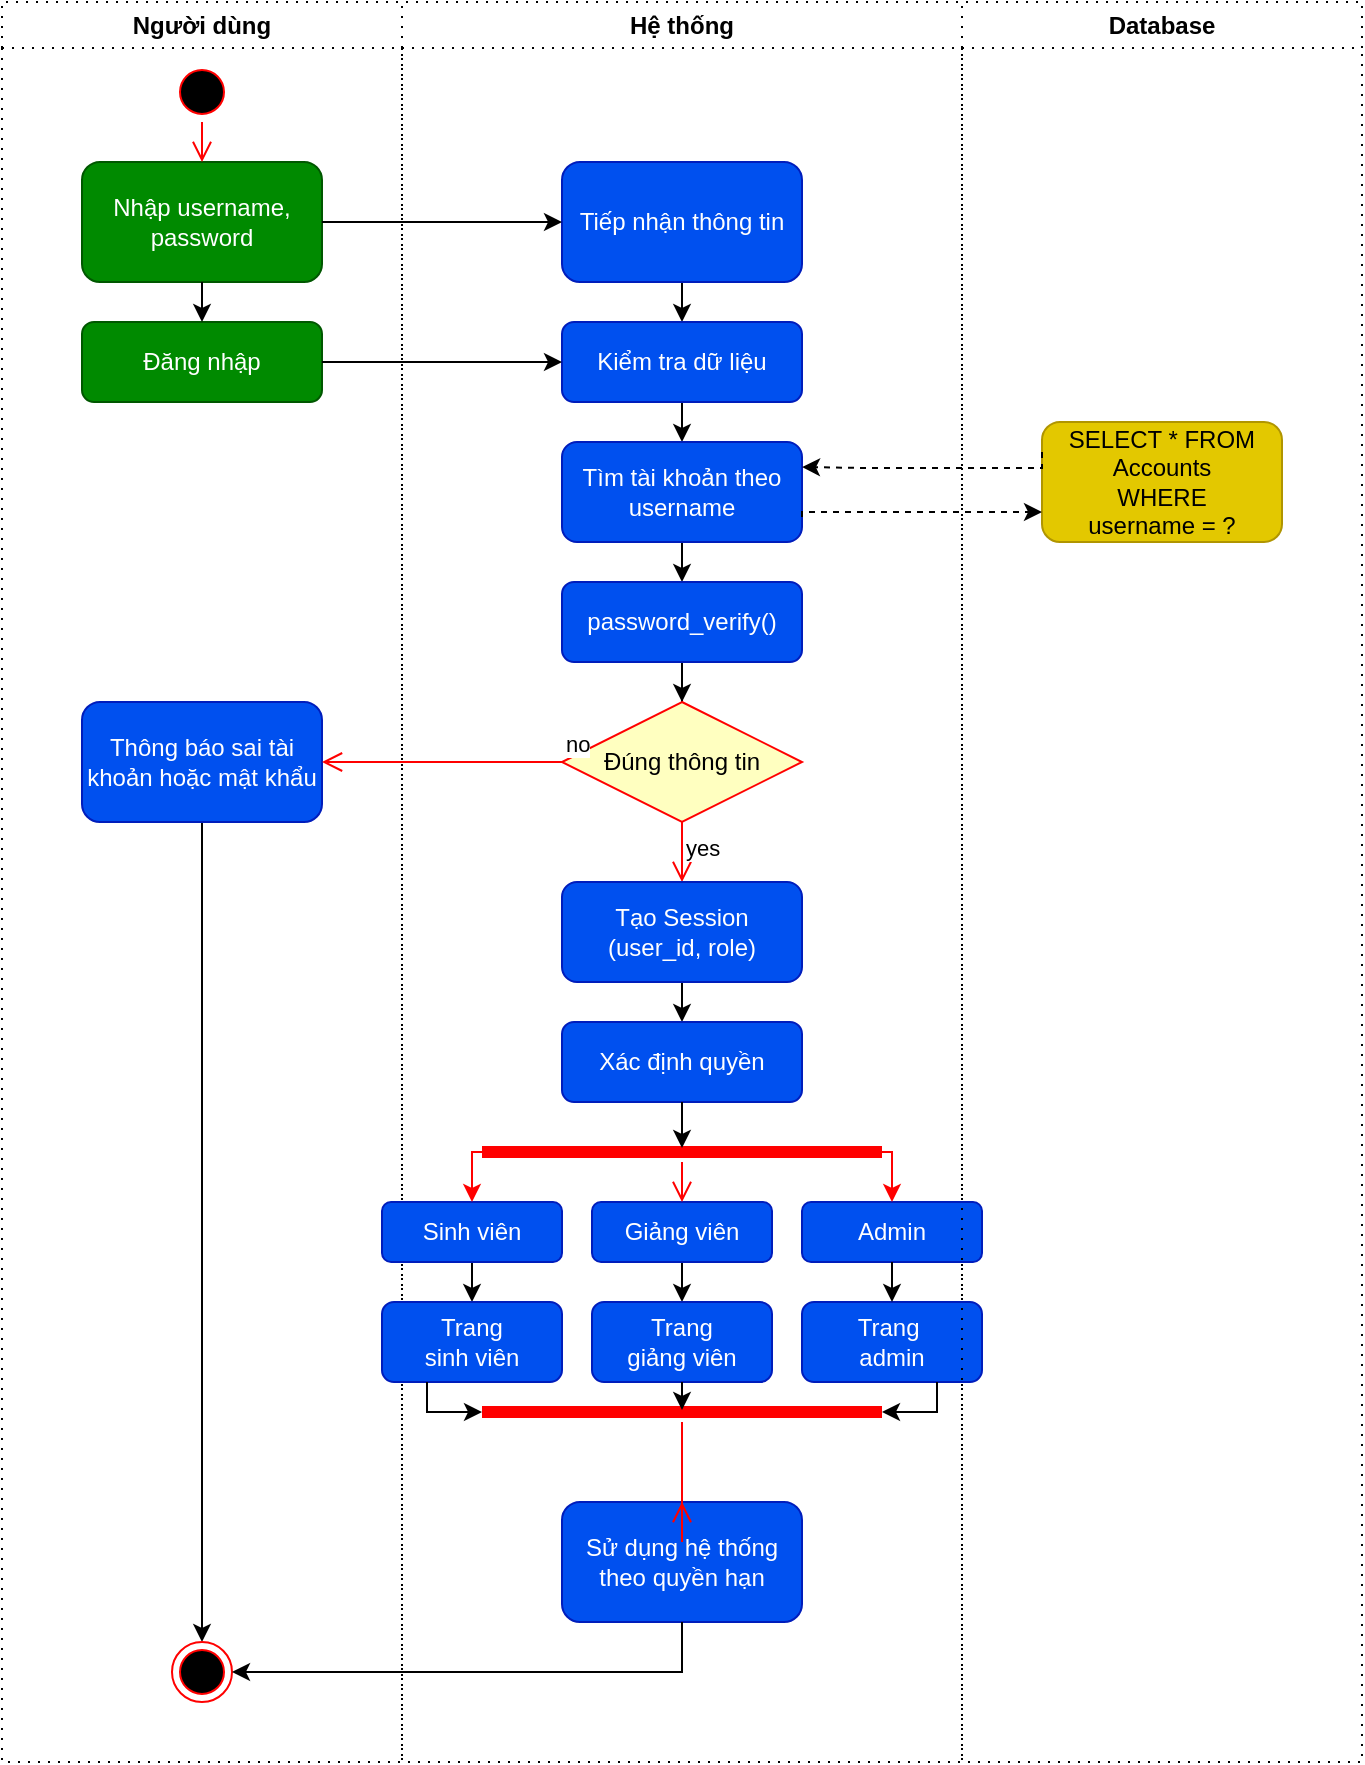
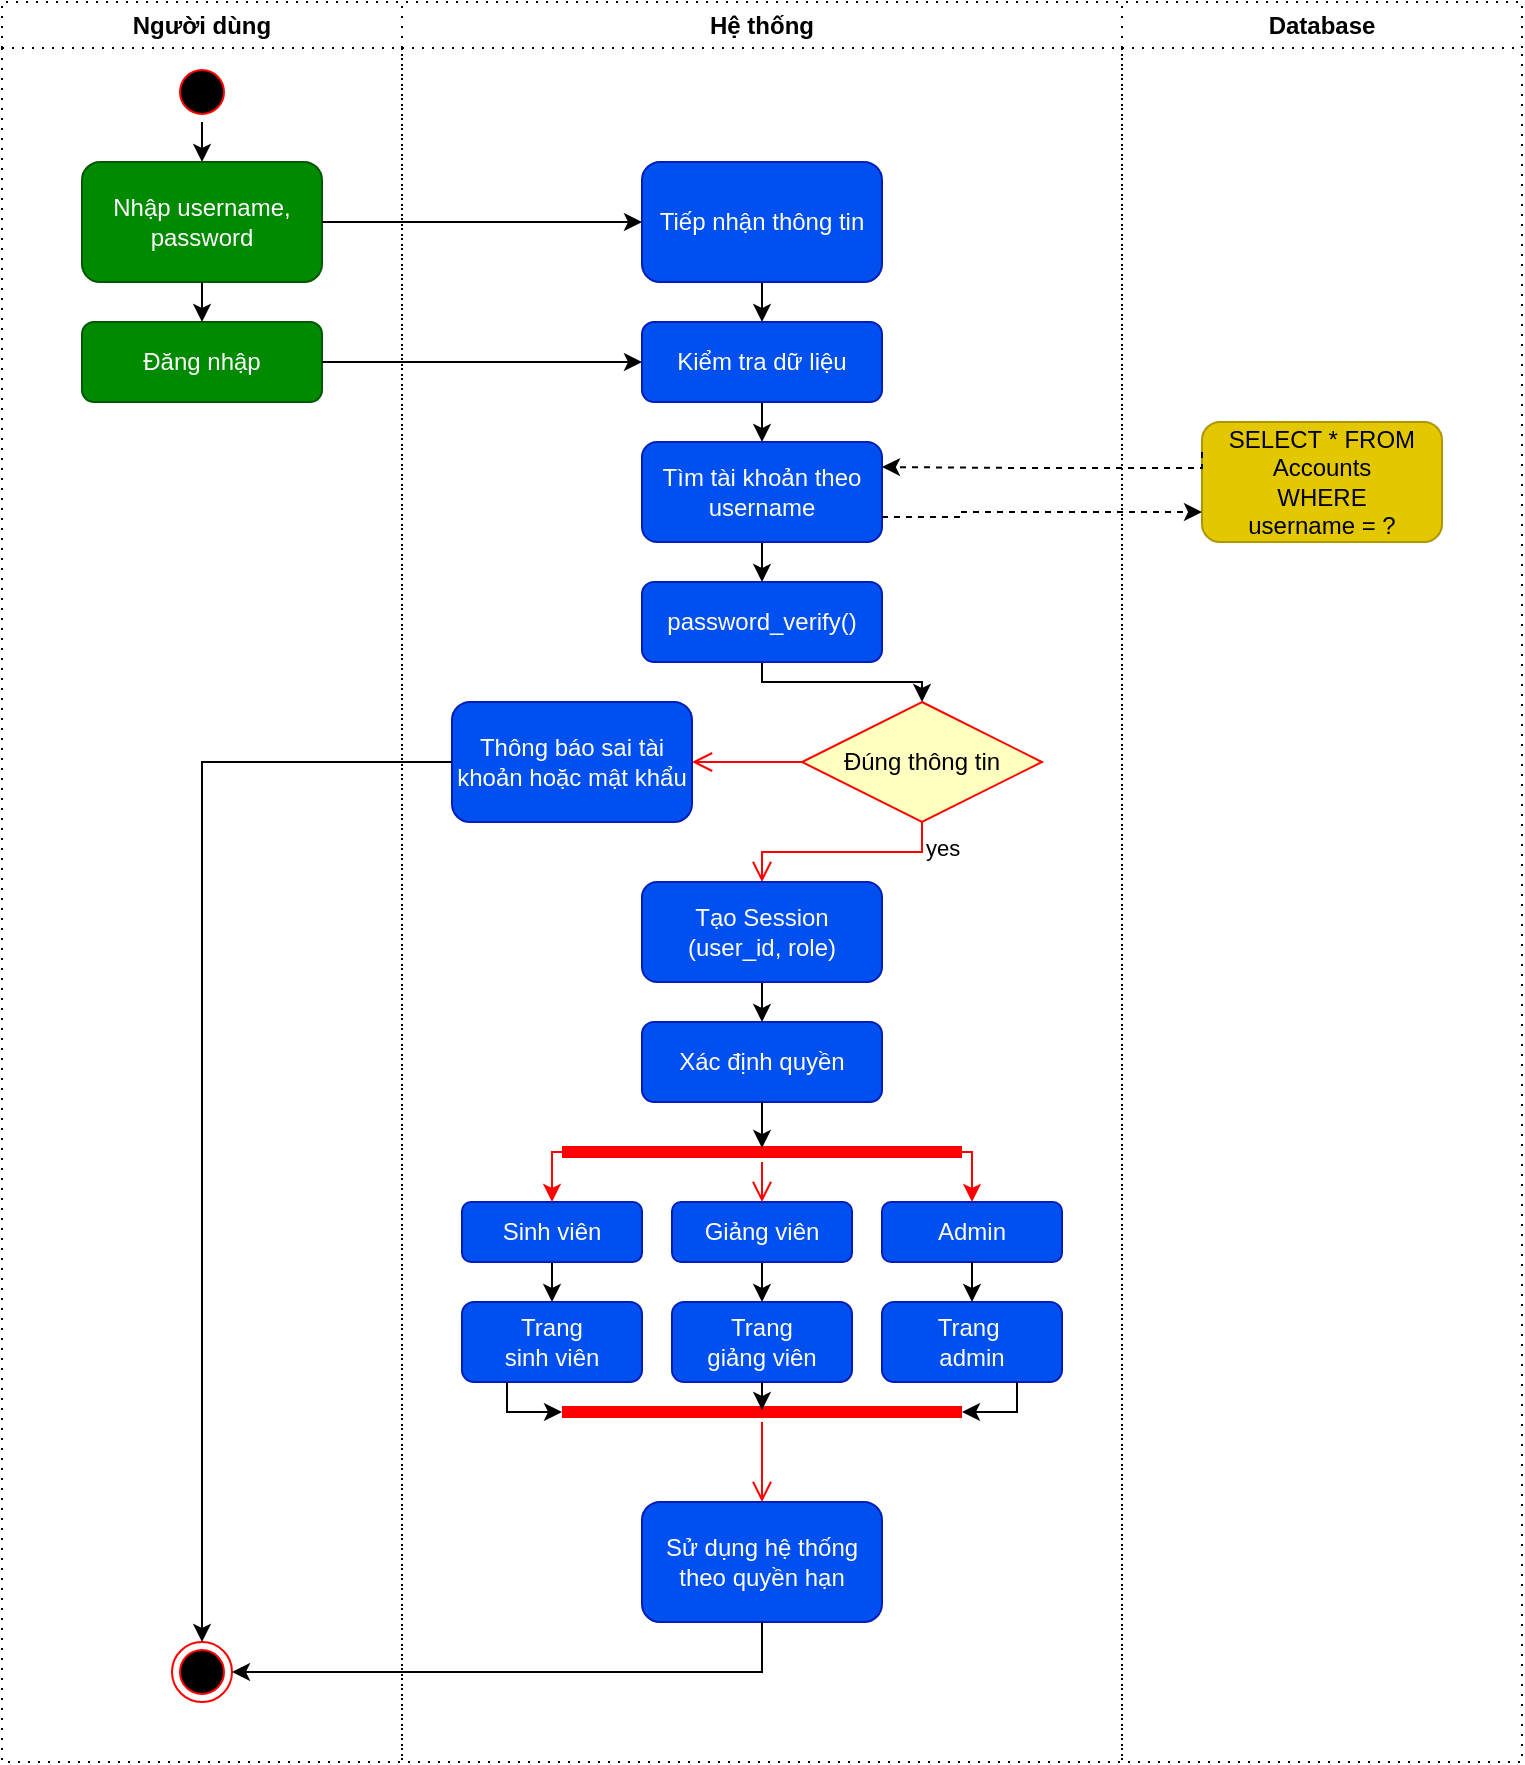
<mxfile host="app.diagrams.net" scale="1" border="0">
  <diagram name="Page-1" id="7-jEAIroEtqZhi9S1kXY">
-     <mxGraphModel dx="843" dy="543" grid="1" gridSize="10" guides="1" tooltips="1" connect="1" arrows="1" fold="1" page="1" pageScale="1" pageWidth="850" pageHeight="1100" background="light-dark(#FFFFFF,#FFFFFF)" math="0" shadow="0">
+     <mxGraphModel dx="1438" dy="927" grid="1" gridSize="10" guides="1" tooltips="1" connect="1" arrows="1" fold="1" page="1" pageScale="1" pageWidth="850" pageHeight="1100" background="light-dark(#FFFFFF,#FFFFFF)" math="0" shadow="0">
      <root>
        <mxCell id="0" />
        <mxCell id="1" parent="0" />
        <mxCell id="HiwQh1T_5UdcAKnyPBfD-6" parent="1" style="swimlane;whiteSpace=wrap;html=1;strokeColor=light-dark(#000000,#000000);dashed=1;dashPattern=1 4;" value="Người dùng" vertex="1">
-           <mxGeometry height="880" width="200" x="160" y="40" as="geometry" />
+           <mxGeometry height="880" width="200" x="80" y="40" as="geometry" />
+         </mxCell>
+         <mxCell id="dkl_hla1NnYKmprRSHnh-1" edge="1" parent="HiwQh1T_5UdcAKnyPBfD-6" source="HiwQh1T_5UdcAKnyPBfD-33" style="edgeStyle=orthogonalEdgeStyle;rounded=0;orthogonalLoop=1;jettySize=auto;html=1;exitX=0.5;exitY=1;exitDx=0;exitDy=0;entryX=0.5;entryY=0;entryDx=0;entryDy=0;strokeColor=light-dark(#000000,#000000);" target="HiwQh1T_5UdcAKnyPBfD-10">
+           <mxGeometry relative="1" as="geometry" />
        </mxCell>
        <mxCell id="HiwQh1T_5UdcAKnyPBfD-33" parent="HiwQh1T_5UdcAKnyPBfD-6" style="ellipse;html=1;shape=startState;fillColor=#000000;strokeColor=#ff0000;" value="" vertex="1">
          <mxGeometry height="30" width="30" x="85" y="30" as="geometry" />
        </mxCell>
-         <mxCell id="r732dlj6T9ymmiUX1q1D-3" edge="1" parent="HiwQh1T_5UdcAKnyPBfD-6" source="HiwQh1T_5UdcAKnyPBfD-39" style="edgeStyle=orthogonalEdgeStyle;rounded=0;orthogonalLoop=1;jettySize=auto;html=1;exitX=0.5;exitY=1;exitDx=0;exitDy=0;entryX=0.5;entryY=0;entryDx=0;entryDy=0;strokeColor=light-dark(#000000,#000000);" target="HiwQh1T_5UdcAKnyPBfD-91">
-           <mxGeometry relative="1" as="geometry">
-             <mxPoint x="100" y="440" as="targetPoint" />
-           </mxGeometry>
-         </mxCell>
-         <mxCell id="HiwQh1T_5UdcAKnyPBfD-39" parent="HiwQh1T_5UdcAKnyPBfD-6" style="rounded=1;whiteSpace=wrap;html=1;fillColor=#0050ef;fontColor=#ffffff;strokeColor=#001DBC;" value="Thông báo sai tài khoản hoặc mật khẩu" vertex="1">
-           <mxGeometry height="60" width="120" x="40" y="350" as="geometry" />
-         </mxCell>
        <mxCell id="HiwQh1T_5UdcAKnyPBfD-11" parent="HiwQh1T_5UdcAKnyPBfD-6" style="rounded=1;whiteSpace=wrap;html=1;fillColor=#008a00;fontColor=#ffffff;strokeColor=#005700;" value="Đăng nhập" vertex="1">
          <mxGeometry height="40" width="120" x="40" y="160" as="geometry" />
        </mxCell>
        <mxCell id="HiwQh1T_5UdcAKnyPBfD-91" parent="HiwQh1T_5UdcAKnyPBfD-6" style="ellipse;html=1;shape=endState;fillColor=#000000;strokeColor=#ff0000;" value="" vertex="1">
          <mxGeometry height="30" width="30" x="85" y="820" as="geometry" />
        </mxCell>
+         <mxCell id="HiwQh1T_5UdcAKnyPBfD-10" parent="HiwQh1T_5UdcAKnyPBfD-6" style="rounded=1;whiteSpace=wrap;html=1;fillColor=#008a00;fontColor=#ffffff;strokeColor=#005700;" value="Nhập username, password" vertex="1">
+           <mxGeometry height="60" width="120" x="40" y="80" as="geometry" />
+         </mxCell>
+         <mxCell id="HiwQh1T_5UdcAKnyPBfD-12" edge="1" parent="HiwQh1T_5UdcAKnyPBfD-6" source="HiwQh1T_5UdcAKnyPBfD-10" style="edgeStyle=orthogonalEdgeStyle;rounded=0;orthogonalLoop=1;jettySize=auto;html=1;exitX=0.5;exitY=1;exitDx=0;exitDy=0;entryX=0.5;entryY=0;entryDx=0;entryDy=0;strokeColor=light-dark(#000000,#000000);" target="HiwQh1T_5UdcAKnyPBfD-11">
+           <mxGeometry relative="1" as="geometry" />
+         </mxCell>
        <mxCell id="HiwQh1T_5UdcAKnyPBfD-8" parent="1" style="swimlane;whiteSpace=wrap;html=1;strokeColor=light-dark(#000000,#000000);dashed=1;dashPattern=1 4;" value="Hệ thống" vertex="1">
-           <mxGeometry height="880" width="280" x="360" y="40" as="geometry" />
-         </mxCell>
-         <mxCell id="HiwQh1T_5UdcAKnyPBfD-10" parent="HiwQh1T_5UdcAKnyPBfD-8" style="rounded=1;whiteSpace=wrap;html=1;fillColor=#008a00;fontColor=#ffffff;strokeColor=#005700;" value="Nhập username, password" vertex="1">
-           <mxGeometry height="60" width="120" x="-160" y="80" as="geometry" />
+           <mxGeometry height="880" width="360" x="280" y="40" as="geometry" />
        </mxCell>
        <mxCell id="HiwQh1T_5UdcAKnyPBfD-17" edge="1" parent="HiwQh1T_5UdcAKnyPBfD-8" source="HiwQh1T_5UdcAKnyPBfD-13" style="edgeStyle=orthogonalEdgeStyle;rounded=0;orthogonalLoop=1;jettySize=auto;html=1;exitX=0.5;exitY=1;exitDx=0;exitDy=0;entryX=0.5;entryY=0;entryDx=0;entryDy=0;strokeColor=light-dark(#000000,#000000);" target="HiwQh1T_5UdcAKnyPBfD-14">
          <mxGeometry relative="1" as="geometry" />
        </mxCell>
        <mxCell id="HiwQh1T_5UdcAKnyPBfD-13" parent="HiwQh1T_5UdcAKnyPBfD-8" style="rounded=1;whiteSpace=wrap;html=1;fillColor=#0050ef;fontColor=#ffffff;strokeColor=#001DBC;" value="Tiếp nhận thông tin" vertex="1">
-           <mxGeometry height="60" width="120" x="80" y="80" as="geometry" />
+           <mxGeometry height="60" width="120" x="120" y="80" as="geometry" />
        </mxCell>
        <mxCell id="HiwQh1T_5UdcAKnyPBfD-19" edge="1" parent="HiwQh1T_5UdcAKnyPBfD-8" source="HiwQh1T_5UdcAKnyPBfD-14" style="edgeStyle=orthogonalEdgeStyle;rounded=0;orthogonalLoop=1;jettySize=auto;html=1;exitX=0.5;exitY=1;exitDx=0;exitDy=0;entryX=0.5;entryY=0;entryDx=0;entryDy=0;strokeColor=light-dark(#000000,#000000);" target="HiwQh1T_5UdcAKnyPBfD-18">
          <mxGeometry relative="1" as="geometry" />
        </mxCell>
        <mxCell id="HiwQh1T_5UdcAKnyPBfD-14" parent="HiwQh1T_5UdcAKnyPBfD-8" style="rounded=1;whiteSpace=wrap;html=1;fillColor=#0050ef;fontColor=#ffffff;strokeColor=#001DBC;" value="Kiểm tra dữ liệu" vertex="1">
-           <mxGeometry height="40" width="120" x="80" y="160" as="geometry" />
+           <mxGeometry height="40" width="120" x="120" y="160" as="geometry" />
        </mxCell>
        <mxCell id="HiwQh1T_5UdcAKnyPBfD-31" edge="1" parent="HiwQh1T_5UdcAKnyPBfD-8" source="HiwQh1T_5UdcAKnyPBfD-18" style="edgeStyle=orthogonalEdgeStyle;rounded=0;orthogonalLoop=1;jettySize=auto;html=1;exitX=0.5;exitY=1;exitDx=0;exitDy=0;entryX=0.5;entryY=0;entryDx=0;entryDy=0;strokeColor=light-dark(#000000,#000000);" target="HiwQh1T_5UdcAKnyPBfD-30">
          <mxGeometry relative="1" as="geometry" />
        </mxCell>
        <mxCell id="HiwQh1T_5UdcAKnyPBfD-18" parent="HiwQh1T_5UdcAKnyPBfD-8" style="rounded=1;whiteSpace=wrap;html=1;fillColor=#0050ef;fontColor=#ffffff;strokeColor=#001DBC;" value="Tìm tài khoản theo username" vertex="1">
-           <mxGeometry height="50" width="120" x="80" y="220" as="geometry" />
+           <mxGeometry height="50" width="120" x="120" y="220" as="geometry" />
        </mxCell>
        <mxCell id="HiwQh1T_5UdcAKnyPBfD-38" edge="1" parent="HiwQh1T_5UdcAKnyPBfD-8" source="HiwQh1T_5UdcAKnyPBfD-30" style="edgeStyle=orthogonalEdgeStyle;rounded=0;orthogonalLoop=1;jettySize=auto;html=1;exitX=0.5;exitY=1;exitDx=0;exitDy=0;strokeColor=light-dark(#000000,#000000);" target="HiwQh1T_5UdcAKnyPBfD-35">
-           <mxGeometry relative="1" as="geometry" />
+           <mxGeometry relative="1" as="geometry">
+             <Array as="points">
+               <mxPoint x="180" y="340" />
+               <mxPoint x="260" y="340" />
+             </Array>
+           </mxGeometry>
        </mxCell>
        <mxCell id="HiwQh1T_5UdcAKnyPBfD-30" parent="HiwQh1T_5UdcAKnyPBfD-8" style="rounded=1;whiteSpace=wrap;html=1;fillColor=#0050ef;fontColor=#ffffff;strokeColor=#001DBC;" value="password_verify()" vertex="1">
-           <mxGeometry height="40" width="120" x="80" y="290" as="geometry" />
-         </mxCell>
-         <mxCell id="HiwQh1T_5UdcAKnyPBfD-16" edge="1" parent="HiwQh1T_5UdcAKnyPBfD-8" source="HiwQh1T_5UdcAKnyPBfD-10" style="edgeStyle=orthogonalEdgeStyle;rounded=0;orthogonalLoop=1;jettySize=auto;html=1;exitX=1;exitY=0.5;exitDx=0;exitDy=0;strokeColor=light-dark(#000000,#000000);" target="HiwQh1T_5UdcAKnyPBfD-13">
-           <mxGeometry relative="1" as="geometry" />
+           <mxGeometry height="40" width="120" x="120" y="290" as="geometry" />
        </mxCell>
        <mxCell id="HiwQh1T_5UdcAKnyPBfD-35" parent="HiwQh1T_5UdcAKnyPBfD-8" style="rhombus;whiteSpace=wrap;html=1;fontColor=#000000;fillColor=#ffffc0;strokeColor=#ff0000;" value="Đúng thông tin" vertex="1">
-           <mxGeometry height="60" width="120" x="80" y="350" as="geometry" />
-         </mxCell>
-         <mxCell id="HiwQh1T_5UdcAKnyPBfD-36" edge="1" parent="HiwQh1T_5UdcAKnyPBfD-8" source="HiwQh1T_5UdcAKnyPBfD-35" style="edgeStyle=orthogonalEdgeStyle;html=1;align=left;verticalAlign=bottom;endArrow=open;endSize=8;strokeColor=#ff0000;rounded=0;" value="no">
-           <mxGeometry relative="1" x="-1" as="geometry">
-             <mxPoint x="-40" y="380" as="targetPoint" />
-           </mxGeometry>
+           <mxGeometry height="60" width="120" x="200" y="350" as="geometry" />
        </mxCell>
        <mxCell id="HiwQh1T_5UdcAKnyPBfD-37" edge="1" parent="HiwQh1T_5UdcAKnyPBfD-8" source="HiwQh1T_5UdcAKnyPBfD-35" style="edgeStyle=orthogonalEdgeStyle;html=1;align=left;verticalAlign=top;endArrow=open;endSize=8;strokeColor=#ff0000;rounded=0;entryX=0.5;entryY=0;entryDx=0;entryDy=0;" target="HiwQh1T_5UdcAKnyPBfD-45" value="yes">
          <mxGeometry relative="1" x="-1" as="geometry">
-             <mxPoint x="140" y="510" as="targetPoint" />
+             <mxPoint x="180" y="510" as="targetPoint" />
          </mxGeometry>
        </mxCell>
        <mxCell id="HiwQh1T_5UdcAKnyPBfD-47" edge="1" parent="HiwQh1T_5UdcAKnyPBfD-8" source="HiwQh1T_5UdcAKnyPBfD-45" style="edgeStyle=orthogonalEdgeStyle;rounded=0;orthogonalLoop=1;jettySize=auto;html=1;exitX=0.5;exitY=1;exitDx=0;exitDy=0;entryX=0.5;entryY=0;entryDx=0;entryDy=0;strokeColor=light-dark(#000000,#000000);" target="HiwQh1T_5UdcAKnyPBfD-46">
          <mxGeometry relative="1" as="geometry" />
        </mxCell>
        <mxCell id="HiwQh1T_5UdcAKnyPBfD-45" parent="HiwQh1T_5UdcAKnyPBfD-8" style="rounded=1;whiteSpace=wrap;html=1;fillColor=#0050ef;fontColor=#ffffff;strokeColor=#001DBC;" value="Tạo Session&lt;br&gt;(user_id, role)" vertex="1">
-           <mxGeometry height="50" width="120" x="80" y="440" as="geometry" />
+           <mxGeometry height="50" width="120" x="120" y="440" as="geometry" />
        </mxCell>
        <mxCell id="HiwQh1T_5UdcAKnyPBfD-46" parent="HiwQh1T_5UdcAKnyPBfD-8" style="rounded=1;whiteSpace=wrap;html=1;fillColor=#0050ef;fontColor=#ffffff;strokeColor=#001DBC;" value="Xác định quyền" vertex="1">
-           <mxGeometry height="40" width="120" x="80" y="510" as="geometry" />
+           <mxGeometry height="40" width="120" x="120" y="510" as="geometry" />
        </mxCell>
        <mxCell id="HiwQh1T_5UdcAKnyPBfD-82" edge="1" parent="HiwQh1T_5UdcAKnyPBfD-8" source="HiwQh1T_5UdcAKnyPBfD-53" style="edgeStyle=orthogonalEdgeStyle;rounded=0;orthogonalLoop=1;jettySize=auto;html=1;exitX=0.5;exitY=1;exitDx=0;exitDy=0;entryX=0.5;entryY=0;entryDx=0;entryDy=0;strokeColor=light-dark(#000000,#000000);" target="HiwQh1T_5UdcAKnyPBfD-78">
          <mxGeometry relative="1" as="geometry" />
        </mxCell>
        <mxCell id="HiwQh1T_5UdcAKnyPBfD-53" parent="HiwQh1T_5UdcAKnyPBfD-8" style="rounded=1;whiteSpace=wrap;html=1;fillColor=#0050ef;fontColor=#ffffff;strokeColor=#001DBC;" value="Giảng viên" vertex="1">
-           <mxGeometry height="30" width="90" x="95" y="600" as="geometry" />
+           <mxGeometry height="30" width="90" x="135" y="600" as="geometry" />
        </mxCell>
        <mxCell id="HiwQh1T_5UdcAKnyPBfD-81" edge="1" parent="HiwQh1T_5UdcAKnyPBfD-8" source="HiwQh1T_5UdcAKnyPBfD-77" style="edgeStyle=orthogonalEdgeStyle;rounded=0;orthogonalLoop=1;jettySize=auto;html=1;exitX=0.5;exitY=1;exitDx=0;exitDy=0;entryX=0.5;entryY=0;entryDx=0;entryDy=0;strokeColor=light-dark(#000000,#000000);" target="HiwQh1T_5UdcAKnyPBfD-80">
          <mxGeometry relative="1" as="geometry" />
        </mxCell>
        <mxCell id="HiwQh1T_5UdcAKnyPBfD-77" parent="HiwQh1T_5UdcAKnyPBfD-8" style="rounded=1;whiteSpace=wrap;html=1;fillColor=#0050ef;fontColor=#ffffff;strokeColor=#001DBC;" value="Sinh viên" vertex="1">
-           <mxGeometry height="30" width="90" x="-10" y="600" as="geometry" />
+           <mxGeometry height="30" width="90" x="30" y="600" as="geometry" />
        </mxCell>
        <mxCell id="HiwQh1T_5UdcAKnyPBfD-78" parent="HiwQh1T_5UdcAKnyPBfD-8" style="rounded=1;whiteSpace=wrap;html=1;fillColor=#0050ef;fontColor=#ffffff;strokeColor=#001DBC;" value="Trang&lt;br&gt;giảng viên" vertex="1">
-           <mxGeometry height="40" width="90" x="95" y="650" as="geometry" />
+           <mxGeometry height="40" width="90" x="135" y="650" as="geometry" />
        </mxCell>
        <mxCell id="HiwQh1T_5UdcAKnyPBfD-80" parent="HiwQh1T_5UdcAKnyPBfD-8" style="rounded=1;whiteSpace=wrap;html=1;fillColor=#0050ef;fontColor=#ffffff;strokeColor=#001DBC;" value="Trang&lt;br&gt;sinh viên" vertex="1">
-           <mxGeometry height="40" width="90" x="-10" y="650" as="geometry" />
+           <mxGeometry height="40" width="90" x="30" y="650" as="geometry" />
        </mxCell>
        <mxCell id="HiwQh1T_5UdcAKnyPBfD-84" parent="HiwQh1T_5UdcAKnyPBfD-8" style="shape=line;html=1;strokeWidth=6;strokeColor=#ff0000;" value="" vertex="1">
-           <mxGeometry height="10" width="200" x="40" y="700" as="geometry" />
+           <mxGeometry height="10" width="200" x="80" y="700" as="geometry" />
        </mxCell>
        <mxCell id="HiwQh1T_5UdcAKnyPBfD-87" edge="1" parent="HiwQh1T_5UdcAKnyPBfD-8" source="HiwQh1T_5UdcAKnyPBfD-78" style="edgeStyle=orthogonalEdgeStyle;rounded=0;orthogonalLoop=1;jettySize=auto;html=1;exitX=0.5;exitY=1;exitDx=0;exitDy=0;entryX=0.5;entryY=0.4;entryDx=0;entryDy=0;entryPerimeter=0;strokeColor=light-dark(#000000,#000000);" target="HiwQh1T_5UdcAKnyPBfD-84">
          <mxGeometry relative="1" as="geometry" />
        </mxCell>
        <mxCell id="HiwQh1T_5UdcAKnyPBfD-92" parent="HiwQh1T_5UdcAKnyPBfD-8" style="rounded=1;whiteSpace=wrap;html=1;fillColor=#0050ef;fontColor=#ffffff;strokeColor=#001DBC;" value="Sử dụng hệ thống theo quyền hạn" vertex="1">
-           <mxGeometry height="60" width="120" x="80" y="750" as="geometry" />
+           <mxGeometry height="60" width="120" x="120" y="750" as="geometry" />
        </mxCell>
        <mxCell id="HiwQh1T_5UdcAKnyPBfD-85" edge="1" parent="HiwQh1T_5UdcAKnyPBfD-8" source="HiwQh1T_5UdcAKnyPBfD-84" style="edgeStyle=orthogonalEdgeStyle;html=1;verticalAlign=bottom;endArrow=open;endSize=8;strokeColor=#ff0000;rounded=0;entryX=0.5;entryY=0;entryDx=0;entryDy=0;" target="HiwQh1T_5UdcAKnyPBfD-92" value="">
          <mxGeometry relative="1" as="geometry">
            <Array as="points">
-               <mxPoint x="140" y="770" />
-             </Array>
-             <mxPoint x="140" y="810" as="targetPoint" />
+               <mxPoint x="180" y="730" />
+               <mxPoint x="180" y="730" />
+             </Array>
+             <mxPoint x="180" y="810" as="targetPoint" />
          </mxGeometry>
        </mxCell>
        <mxCell id="HiwQh1T_5UdcAKnyPBfD-79" parent="HiwQh1T_5UdcAKnyPBfD-8" style="rounded=1;whiteSpace=wrap;html=1;fillColor=#0050ef;fontColor=#ffffff;strokeColor=#001DBC;" value="Trang&amp;nbsp;&lt;br&gt;admin" vertex="1">
-           <mxGeometry height="40" width="90" x="200" y="650" as="geometry" />
+           <mxGeometry height="40" width="90" x="240" y="650" as="geometry" />
        </mxCell>
        <mxCell id="HiwQh1T_5UdcAKnyPBfD-76" parent="HiwQh1T_5UdcAKnyPBfD-8" style="rounded=1;whiteSpace=wrap;html=1;fillColor=#0050ef;fontColor=#ffffff;strokeColor=#001DBC;" value="Admin" vertex="1">
-           <mxGeometry height="30" width="90" x="200" y="600" as="geometry" />
+           <mxGeometry height="30" width="90" x="240" y="600" as="geometry" />
        </mxCell>
        <mxCell id="HiwQh1T_5UdcAKnyPBfD-83" edge="1" parent="HiwQh1T_5UdcAKnyPBfD-8" source="HiwQh1T_5UdcAKnyPBfD-76" style="edgeStyle=orthogonalEdgeStyle;rounded=0;orthogonalLoop=1;jettySize=auto;html=1;exitX=0.5;exitY=1;exitDx=0;exitDy=0;entryX=0.5;entryY=0;entryDx=0;entryDy=0;strokeColor=light-dark(#000000,#000000);" target="HiwQh1T_5UdcAKnyPBfD-79">
          <mxGeometry relative="1" as="geometry" />
        </mxCell>
        <mxCell id="HiwQh1T_5UdcAKnyPBfD-48" parent="HiwQh1T_5UdcAKnyPBfD-8" style="shape=line;html=1;strokeWidth=6;strokeColor=#ff0000;" value="" vertex="1">
-           <mxGeometry height="10" width="200" x="40" y="570" as="geometry" />
+           <mxGeometry height="10" width="200" x="80" y="570" as="geometry" />
        </mxCell>
        <mxCell id="HiwQh1T_5UdcAKnyPBfD-50" edge="1" parent="HiwQh1T_5UdcAKnyPBfD-8" source="HiwQh1T_5UdcAKnyPBfD-46" style="edgeStyle=orthogonalEdgeStyle;rounded=0;orthogonalLoop=1;jettySize=auto;html=1;exitX=0.5;exitY=1;exitDx=0;exitDy=0;entryX=0.5;entryY=0.3;entryDx=0;entryDy=0;entryPerimeter=0;strokeColor=light-dark(#000000,#000000);" target="HiwQh1T_5UdcAKnyPBfD-48">
          <mxGeometry relative="1" as="geometry" />
        </mxCell>
        <mxCell id="HiwQh1T_5UdcAKnyPBfD-52" edge="1" parent="HiwQh1T_5UdcAKnyPBfD-8" source="HiwQh1T_5UdcAKnyPBfD-48" style="edgeStyle=orthogonalEdgeStyle;rounded=0;orthogonalLoop=1;jettySize=auto;html=1;exitX=1;exitY=0.5;exitDx=0;exitDy=0;exitPerimeter=0;strokeColor=#ff0000;entryX=0.5;entryY=0;entryDx=0;entryDy=0;" target="HiwQh1T_5UdcAKnyPBfD-76">
          <mxGeometry relative="1" as="geometry">
            <Array as="points">
-               <mxPoint x="245" y="575" />
-             </Array>
-             <mxPoint x="260" y="575" as="targetPoint" />
+               <mxPoint x="285" y="575" />
+             </Array>
+             <mxPoint x="300" y="575" as="targetPoint" />
          </mxGeometry>
        </mxCell>
        <mxCell id="HiwQh1T_5UdcAKnyPBfD-51" edge="1" parent="HiwQh1T_5UdcAKnyPBfD-8" source="HiwQh1T_5UdcAKnyPBfD-48" style="edgeStyle=orthogonalEdgeStyle;rounded=0;orthogonalLoop=1;jettySize=auto;html=1;exitX=0;exitY=0.5;exitDx=0;exitDy=0;exitPerimeter=0;strokeColor=#ff0000;entryX=0.5;entryY=0;entryDx=0;entryDy=0;" target="HiwQh1T_5UdcAKnyPBfD-77">
          <mxGeometry relative="1" as="geometry">
            <Array as="points">
-               <mxPoint x="35" y="575" />
-             </Array>
-             <mxPoint y="650" as="targetPoint" />
+               <mxPoint x="75" y="575" />
+             </Array>
+             <mxPoint x="40" y="650" as="targetPoint" />
          </mxGeometry>
        </mxCell>
        <mxCell id="HiwQh1T_5UdcAKnyPBfD-49" edge="1" parent="HiwQh1T_5UdcAKnyPBfD-8" source="HiwQh1T_5UdcAKnyPBfD-48" style="edgeStyle=orthogonalEdgeStyle;html=1;verticalAlign=bottom;endArrow=open;endSize=8;strokeColor=#ff0000;rounded=0;entryX=0.5;entryY=0;entryDx=0;entryDy=0;" target="HiwQh1T_5UdcAKnyPBfD-53" value="">
          <mxGeometry relative="1" as="geometry">
-             <mxPoint x="100" y="650" as="targetPoint" />
+             <mxPoint x="140" y="650" as="targetPoint" />
          </mxGeometry>
        </mxCell>
        <mxCell id="Ub0H0aftvjPrjBWA-vm4-4" edge="1" parent="HiwQh1T_5UdcAKnyPBfD-8" source="HiwQh1T_5UdcAKnyPBfD-79" style="edgeStyle=orthogonalEdgeStyle;rounded=0;orthogonalLoop=1;jettySize=auto;html=1;exitX=0.75;exitY=1;exitDx=0;exitDy=0;entryX=1;entryY=0.5;entryDx=0;entryDy=0;entryPerimeter=0;fontColor=#FFFFFF;strokeColor=light-dark(#000000,#000000);" target="HiwQh1T_5UdcAKnyPBfD-84">
          <mxGeometry relative="1" as="geometry">
            <Array as="points">
-               <mxPoint x="267" y="705" />
+               <mxPoint x="307" y="705" />
            </Array>
          </mxGeometry>
        </mxCell>
        <mxCell id="Ub0H0aftvjPrjBWA-vm4-5" edge="1" parent="HiwQh1T_5UdcAKnyPBfD-8" source="HiwQh1T_5UdcAKnyPBfD-80" style="edgeStyle=orthogonalEdgeStyle;rounded=0;orthogonalLoop=1;jettySize=auto;html=1;exitX=0.25;exitY=1;exitDx=0;exitDy=0;entryX=0;entryY=0.5;entryDx=0;entryDy=0;entryPerimeter=0;fontColor=#FFFFFF;strokeColor=light-dark(#000000,#000000);" target="HiwQh1T_5UdcAKnyPBfD-84">
          <mxGeometry relative="1" as="geometry">
            <Array as="points">
-               <mxPoint x="13" y="705" />
-             </Array>
-           </mxGeometry>
-         </mxCell>
-         <mxCell id="HiwQh1T_5UdcAKnyPBfD-34" edge="1" parent="1" source="HiwQh1T_5UdcAKnyPBfD-33" style="edgeStyle=orthogonalEdgeStyle;html=1;verticalAlign=bottom;endArrow=open;endSize=8;strokeColor=#ff0000;rounded=0;entryX=0.5;entryY=0;entryDx=0;entryDy=0;" target="HiwQh1T_5UdcAKnyPBfD-10" value="">
-           <mxGeometry relative="1" as="geometry">
-             <Array as="points">
-               <mxPoint x="260" y="110" />
-               <mxPoint x="260" y="110" />
-             </Array>
-             <mxPoint x="90" y="-130" as="targetPoint" />
-           </mxGeometry>
-         </mxCell>
-         <mxCell id="HiwQh1T_5UdcAKnyPBfD-12" edge="1" parent="1" source="HiwQh1T_5UdcAKnyPBfD-10" style="edgeStyle=orthogonalEdgeStyle;rounded=0;orthogonalLoop=1;jettySize=auto;html=1;exitX=0.5;exitY=1;exitDx=0;exitDy=0;entryX=0.5;entryY=0;entryDx=0;entryDy=0;strokeColor=light-dark(#000000,#000000);" target="HiwQh1T_5UdcAKnyPBfD-11">
-           <mxGeometry relative="1" as="geometry" />
+               <mxPoint x="53" y="705" />
+             </Array>
+           </mxGeometry>
+         </mxCell>
+         <mxCell id="HiwQh1T_5UdcAKnyPBfD-39" parent="HiwQh1T_5UdcAKnyPBfD-8" style="rounded=1;whiteSpace=wrap;html=1;fillColor=#0050ef;fontColor=#ffffff;strokeColor=#001DBC;" value="Thông báo sai tài khoản hoặc mật khẩu" vertex="1">
+           <mxGeometry height="60" width="120" x="25" y="350" as="geometry" />
+         </mxCell>
+         <mxCell id="dkl_hla1NnYKmprRSHnh-2" edge="1" parent="HiwQh1T_5UdcAKnyPBfD-8" source="HiwQh1T_5UdcAKnyPBfD-35" style="edgeStyle=orthogonalEdgeStyle;html=1;align=left;verticalAlign=bottom;endArrow=open;endSize=8;strokeColor=#ff0000;rounded=0;entryX=1;entryY=0.5;entryDx=0;entryDy=0;" target="HiwQh1T_5UdcAKnyPBfD-39" value="">
+           <mxGeometry relative="1" x="-1" as="geometry">
+             <mxPoint x="400" y="420" as="sourcePoint" />
+             <mxPoint x="130" y="380" as="targetPoint" />
+           </mxGeometry>
        </mxCell>
        <mxCell id="HiwQh1T_5UdcAKnyPBfD-15" edge="1" parent="1" source="HiwQh1T_5UdcAKnyPBfD-11" style="edgeStyle=orthogonalEdgeStyle;rounded=0;orthogonalLoop=1;jettySize=auto;html=1;exitX=1;exitY=0.5;exitDx=0;exitDy=0;entryX=0;entryY=0.5;entryDx=0;entryDy=0;strokeColor=light-dark(#000000,#000000);" target="HiwQh1T_5UdcAKnyPBfD-14">
          <mxGeometry relative="1" as="geometry" />
        </mxCell>
        <mxCell id="HiwQh1T_5UdcAKnyPBfD-9" parent="1" style="swimlane;whiteSpace=wrap;html=1;strokeColor=light-dark(#000000,#000000);dashed=1;dashPattern=1 4;" value="Database" vertex="1">
          <mxGeometry height="880" width="200" x="640" y="40" as="geometry" />
        </mxCell>
        <mxCell id="HiwQh1T_5UdcAKnyPBfD-22" parent="HiwQh1T_5UdcAKnyPBfD-9" style="rounded=1;whiteSpace=wrap;html=1;fillColor=#e3c800;fontColor=#000000;strokeColor=#B09500;" value="SELECT * FROM&lt;br&gt;Accounts&lt;br&gt;WHERE&lt;br&gt;username = ?" vertex="1">
          <mxGeometry height="60" width="120" x="40" y="210" as="geometry" />
        </mxCell>
        <mxCell id="HiwQh1T_5UdcAKnyPBfD-43" edge="1" parent="1" source="HiwQh1T_5UdcAKnyPBfD-22" style="edgeStyle=orthogonalEdgeStyle;rounded=0;orthogonalLoop=1;jettySize=auto;html=1;exitX=0;exitY=0.25;exitDx=0;exitDy=0;entryX=1;entryY=0.25;entryDx=0;entryDy=0;dashed=1;strokeColor=light-dark(#000000,#000000);" target="HiwQh1T_5UdcAKnyPBfD-18">
          <mxGeometry relative="1" as="geometry">
            <Array as="points">
              <mxPoint x="590" y="273" />
              <mxPoint x="555" y="273" />
            </Array>
          </mxGeometry>
        </mxCell>
        <mxCell id="HiwQh1T_5UdcAKnyPBfD-44" edge="1" parent="1" source="HiwQh1T_5UdcAKnyPBfD-18" style="edgeStyle=orthogonalEdgeStyle;rounded=0;orthogonalLoop=1;jettySize=auto;html=1;exitX=1;exitY=0.75;exitDx=0;exitDy=0;entryX=0;entryY=0.75;entryDx=0;entryDy=0;dashed=1;strokeColor=light-dark(#000000,#000000);" target="HiwQh1T_5UdcAKnyPBfD-22">
          <mxGeometry relative="1" as="geometry">
            <Array as="points">
              <mxPoint x="560" y="295" />
            </Array>
          </mxGeometry>
        </mxCell>
        <mxCell id="HiwQh1T_5UdcAKnyPBfD-93" edge="1" parent="1" source="HiwQh1T_5UdcAKnyPBfD-92" style="edgeStyle=orthogonalEdgeStyle;rounded=0;orthogonalLoop=1;jettySize=auto;html=1;exitX=0.5;exitY=1;exitDx=0;exitDy=0;entryX=1;entryY=0.5;entryDx=0;entryDy=0;strokeColor=light-dark(#000000,#000000);" target="HiwQh1T_5UdcAKnyPBfD-91">
          <mxGeometry relative="1" as="geometry" />
+         </mxCell>
+         <mxCell id="HiwQh1T_5UdcAKnyPBfD-16" edge="1" parent="1" source="HiwQh1T_5UdcAKnyPBfD-10" style="edgeStyle=orthogonalEdgeStyle;rounded=0;orthogonalLoop=1;jettySize=auto;html=1;exitX=1;exitY=0.5;exitDx=0;exitDy=0;strokeColor=light-dark(#000000,#000000);" target="HiwQh1T_5UdcAKnyPBfD-13">
+           <mxGeometry relative="1" as="geometry" />
+         </mxCell>
+         <mxCell id="r732dlj6T9ymmiUX1q1D-3" edge="1" parent="1" source="HiwQh1T_5UdcAKnyPBfD-39" style="edgeStyle=orthogonalEdgeStyle;rounded=0;orthogonalLoop=1;jettySize=auto;html=1;exitX=0;exitY=0.5;exitDx=0;exitDy=0;entryX=0.5;entryY=0;entryDx=0;entryDy=0;strokeColor=light-dark(#000000,#000000);" target="HiwQh1T_5UdcAKnyPBfD-91">
+           <mxGeometry relative="1" as="geometry">
+             <mxPoint x="180" y="480" as="targetPoint" />
+           </mxGeometry>
        </mxCell>
      </root>
    </mxGraphModel>
  </diagram>
</mxfile>
